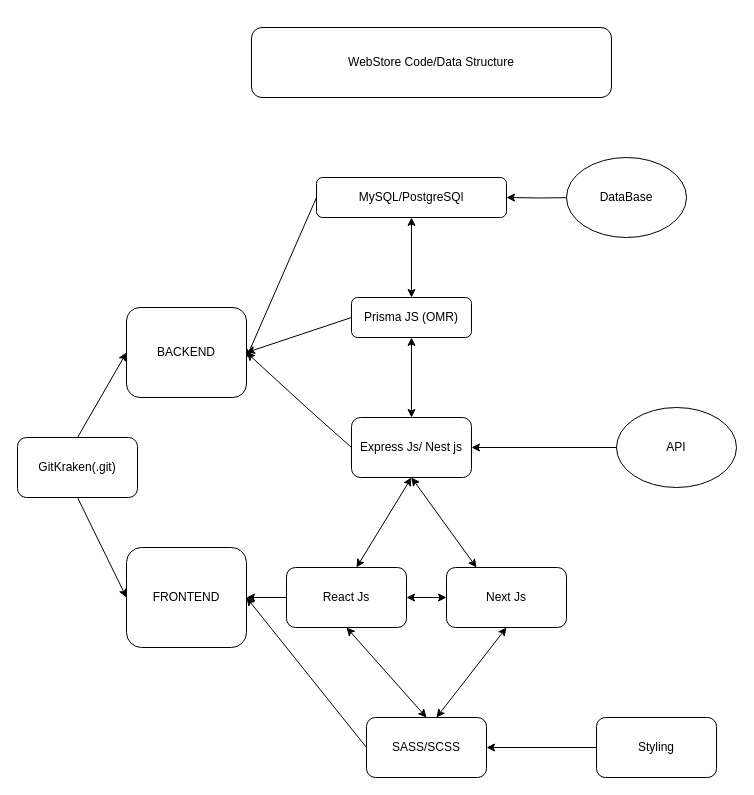
rrsantos42/42_store_react keeps this draw.io diagram as Untitled Diagram.drawio. Above is the earlier version. Source tidied: cells renumbered, new cells numbered last; positions are measured from the earlier drawing's top-left corner, leaving out a move shared by most shapes. Both pictures are drawn from the tidied source at 100%, with x=0, y=0 at pixel (17, 27).
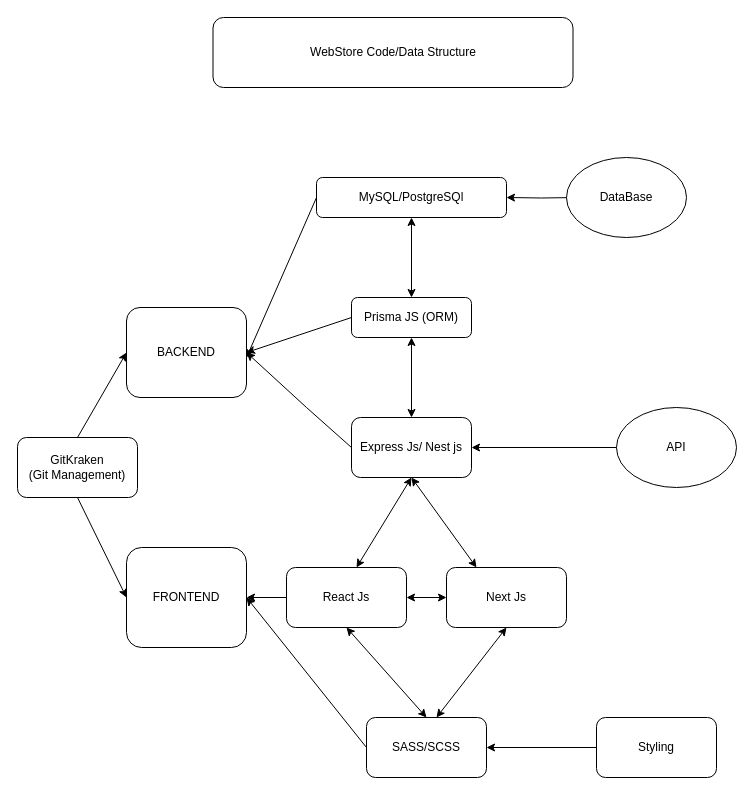
After the change.

Change to the diagram source:
```diff
@@
-    <mxCell id="3" value="Prisma JS (OMR)" style="rounded=1;whiteSpace=wrap;html=1;fontSize=12;glass=0;strokeWidth=1;shadow=0;" parent="1" vertex="1">
+    <mxCell id="3" value="Prisma JS (ORM)" style="rounded=1;whiteSpace=wrap;html=1;fontSize=12;glass=0;strokeWidth=1;shadow=0;" parent="1" vertex="1">
       <mxGeometry x="334" y="270" width="120" height="40" as="geometry" />
     </mxCell>
@@
     <mxCell id="28" value="WebStore Code/Data Structure" style="rounded=1;whiteSpace=wrap;html=1;fontColor=#000000;" parent="1" vertex="1">
-      <mxGeometry x="234" width="360" height="70" as="geometry" />
+      <mxGeometry x="195.5" y="-10" width="360" height="70" as="geometry" />
     </mxCell>
-    <mxCell id="29" value="GitKraken(.git)" style="rounded=1;whiteSpace=wrap;html=1;fontColor=#000000;" parent="1" vertex="1">
+    <mxCell id="29" value="GitKraken&lt;br&gt;(Git Management)" style="rounded=1;whiteSpace=wrap;html=1;fontColor=#000000;" parent="1" vertex="1">
       <mxGeometry y="410" width="120" height="60" as="geometry" />
     </mxCell>
```
